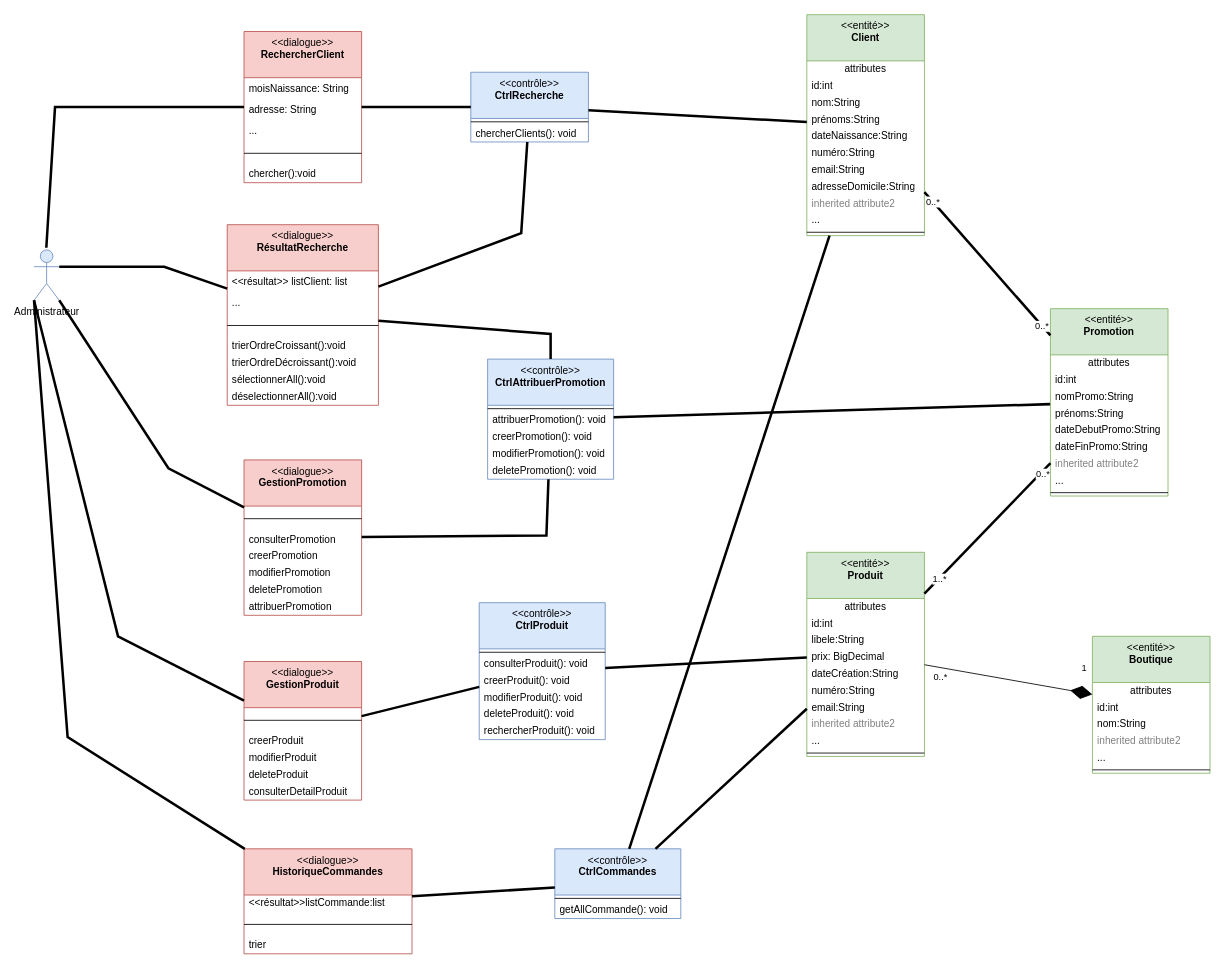
This is Diagramme-dcp-katina.drawio from kbvac/Diagramme-UML, a draw.io file, before an edit. Source tidied: cells renumbered, new cells numbered last; positions are measured from the earlier drawing's top-left corner, leaving out a move shared by most shapes. Both pictures are drawn from the tidied source at 84%, with x=0, y=0 at pixel (34, 14).
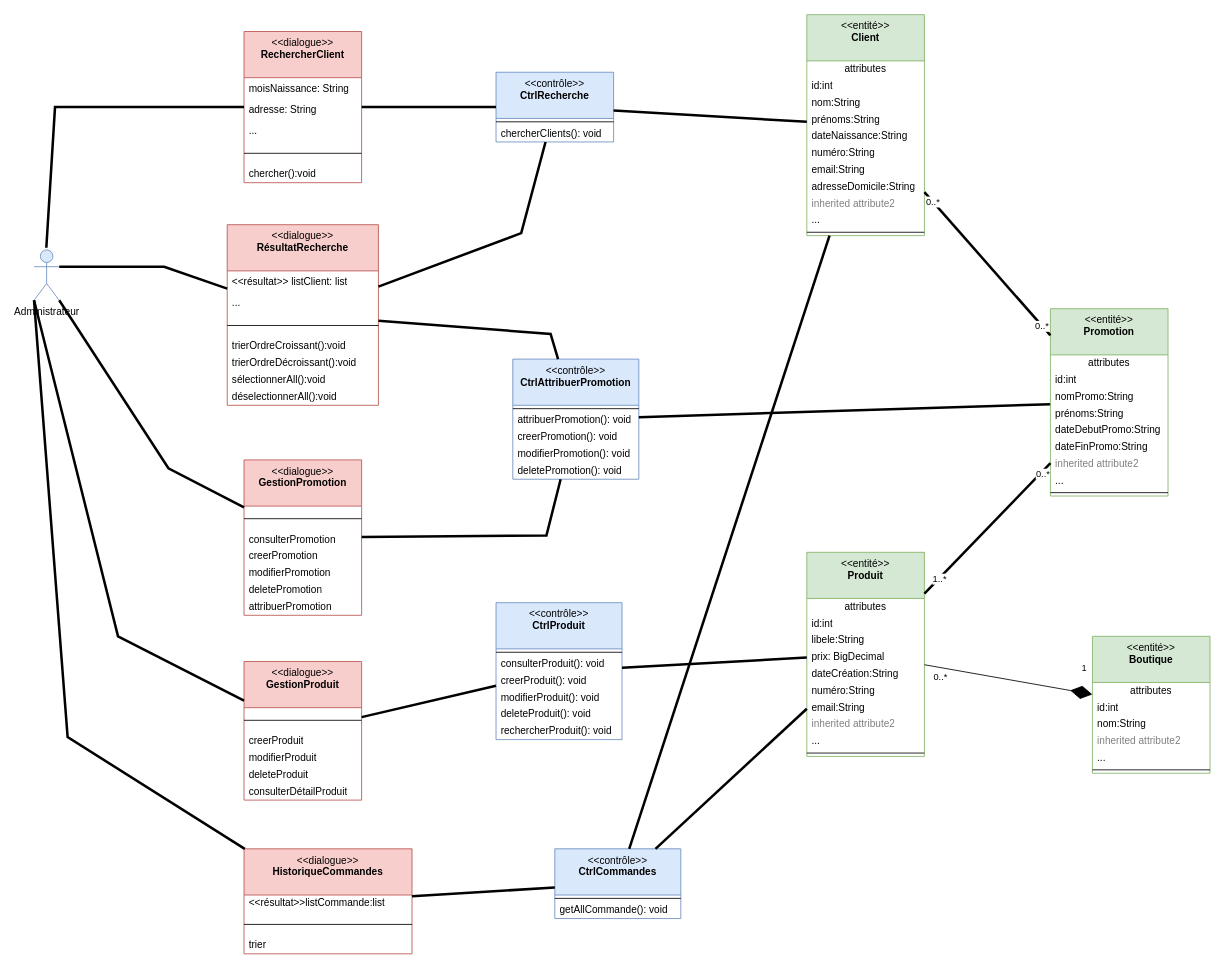
Above is the later version.

Commit message:
Mettre à jour Diagramme-dcp-katina.drawio

Unchanged cells that the change refers to:
```xml
<mxCell id="81" value="&amp;lt;&amp;lt;dialogue&amp;gt;&amp;gt;&lt;br&gt;&lt;b&gt;GestionProduit&lt;br&gt;&lt;/b&gt;" style="swimlane;fontStyle=0;align=center;verticalAlign=top;horizontal=1;startSize=55;html=1;whiteSpace=wrap;fillColor=#f8cecc;strokeColor=#b85450;" parent="1" vertex="1">
  <mxGeometry x="250" y="770" width="140" height="165" as="geometry" />
</mxCell>
```

What changed in the source:
```diff
@@
     <mxCell id="17" value="&amp;lt;&amp;lt;contrôle&amp;gt;&amp;gt;&lt;br&gt;&lt;b&gt;CtrlRecherche&lt;/b&gt;" style="swimlane;fontStyle=0;align=center;verticalAlign=top;horizontal=1;startSize=55;html=1;whiteSpace=wrap;fillColor=#dae8fc;strokeColor=#6c8ebf;" parent="1" vertex="1">
-      <mxGeometry x="520" y="68.5" width="140" height="83" as="geometry" />
+      <mxGeometry x="550" y="68.5" width="140" height="83" as="geometry" />
     </mxCell>
@@
     <mxCell id="37" value="&amp;lt;&amp;lt;contrôle&amp;gt;&amp;gt;&lt;br&gt;&lt;b&gt;CtrlAttribuerPromotion&lt;/b&gt;" style="swimlane;fontStyle=0;align=center;verticalAlign=top;horizontal=1;startSize=55;html=1;whiteSpace=wrap;fillColor=#dae8fc;strokeColor=#6c8ebf;" parent="1" vertex="1">
-      <mxGeometry x="540" y="410" width="150" height="143" as="geometry" />
+      <mxGeometry x="570" y="410" width="150" height="143" as="geometry" />
     </mxCell>
@@
-    <mxCell id="86" value="consulterDetailProduit" style="text;html=1;strokeColor=none;fillColor=none;align=left;verticalAlign=middle;spacingLeft=4;spacingRight=4;overflow=hidden;whiteSpace=wrap;" parent="81" vertex="1">
+    <mxCell id="86" value="consulterDétailProduit" style="text;html=1;strokeColor=none;fillColor=none;align=left;verticalAlign=middle;spacingLeft=4;spacingRight=4;overflow=hidden;whiteSpace=wrap;" parent="81" vertex="1">
       <mxGeometry y="145" width="140" height="20" as="geometry" />
     </mxCell>
@@
     <mxCell id="98" value="&amp;lt;&amp;lt;contrôle&amp;gt;&amp;gt;&lt;br&gt;&lt;b&gt;CtrlProduit&lt;/b&gt;" style="swimlane;fontStyle=0;align=center;verticalAlign=top;horizontal=1;startSize=55;html=1;whiteSpace=wrap;fillColor=#dae8fc;strokeColor=#6c8ebf;" parent="1" vertex="1">
-      <mxGeometry x="530" y="700" width="150" height="163" as="geometry" />
+      <mxGeometry x="550" y="700" width="150" height="163" as="geometry" />
     </mxCell>
```
